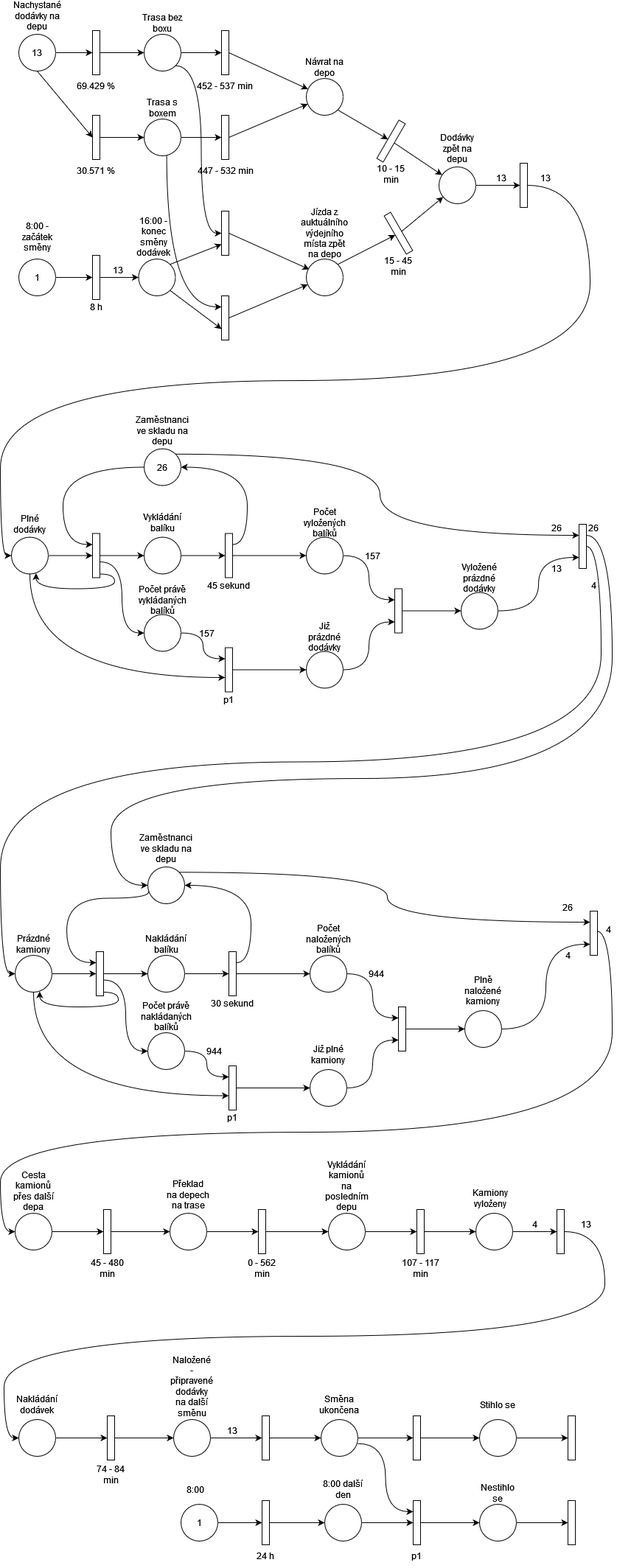
Above: docs/IMS - petriho site doc.drawio.png in F3lda/vut-fit-ims-project (draw.io), before the change. Source tidied: cells renumbered, new cells last; positions are measured from the earlier drawing's top-left corner, leaving out a move shared by most shapes.
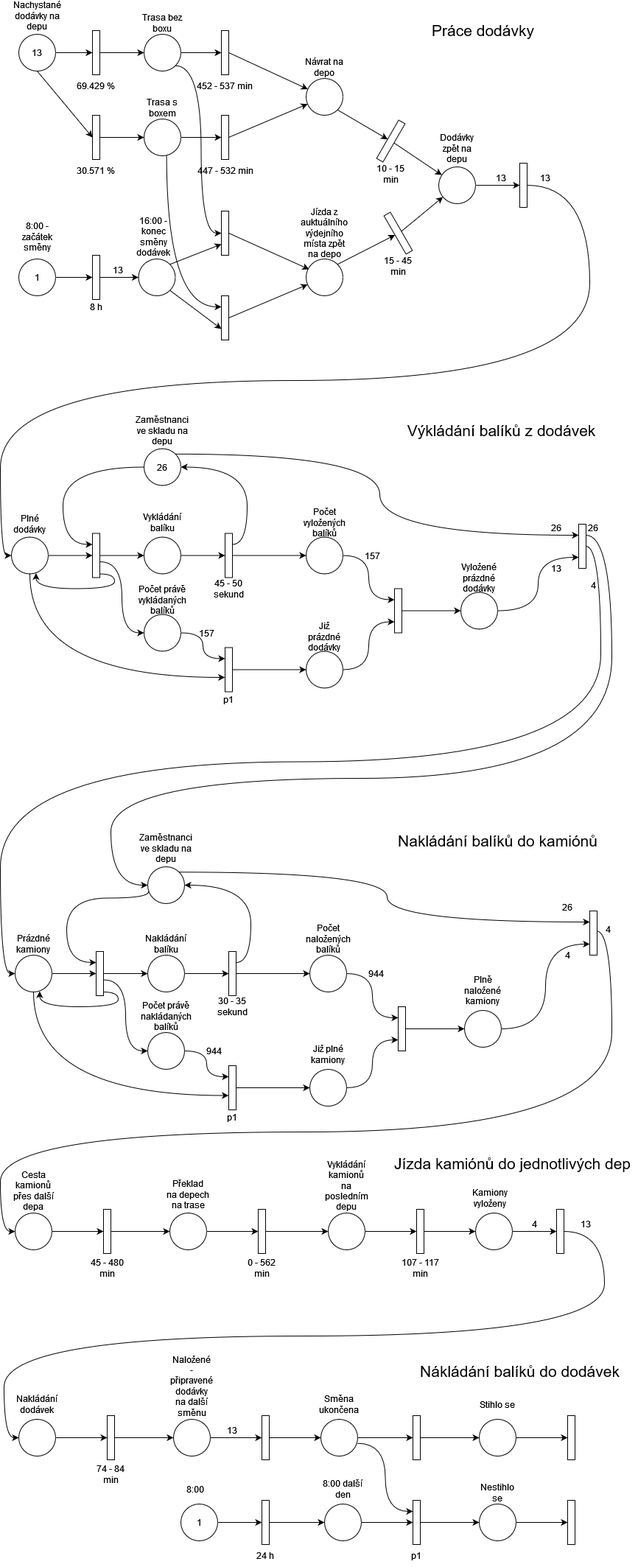
The same file after the commit.

What changed in the source:
```diff
@@ -259,8 +259,8 @@
     <mxCell id="85" value="Vyložené prázdné dodávky" style="text;html=1;strokeColor=none;fillColor=none;align=center;verticalAlign=middle;whiteSpace=wrap;rounded=0;" parent="1" vertex="1">
       <mxGeometry x="620" y="762.5" width="60" height="30" as="geometry" />
     </mxCell>
-    <mxCell id="86" value="45 sekund" style="text;html=1;strokeColor=none;fillColor=none;align=center;verticalAlign=middle;whiteSpace=wrap;rounded=0;" parent="1" vertex="1">
-      <mxGeometry x="280" y="772.5" width="60" height="30" as="geometry" />
+    <mxCell id="86" value="45 - 50 sekund" style="text;html=1;strokeColor=none;fillColor=none;align=center;verticalAlign=middle;whiteSpace=wrap;rounded=0;" parent="1" vertex="1">
+      <mxGeometry x="280" y="777.5" width="60" height="30" as="geometry" />
     </mxCell>
     <mxCell id="87" style="edgeStyle=orthogonalEdgeStyle;curved=1;rounded=0;jettySize=auto;html=1;exitX=1;exitY=0.5;exitDx=0;exitDy=0;entryX=0;entryY=0.75;entryDx=0;entryDy=0;" parent="1" edge="1" source="88" target="92">
       <mxGeometry relative="1" as="geometry" />
@@ -589,8 +589,8 @@
     <mxCell id="186" value="Plně naložené kamiony" style="text;html=1;strokeColor=none;fillColor=none;align=center;verticalAlign=middle;whiteSpace=wrap;rounded=0;" parent="1" vertex="1">
       <mxGeometry x="625" y="1322.5" width="60" height="30" as="geometry" />
     </mxCell>
-    <mxCell id="187" value="30 sekund" style="text;html=1;strokeColor=none;fillColor=none;align=center;verticalAlign=middle;whiteSpace=wrap;rounded=0;" parent="1" vertex="1">
-      <mxGeometry x="285" y="1340" width="60" height="30" as="geometry" />
+    <mxCell id="187" value="30 - 35 sekund" style="text;html=1;strokeColor=none;fillColor=none;align=center;verticalAlign=middle;whiteSpace=wrap;rounded=0;" parent="1" vertex="1">
+      <mxGeometry x="285" y="1345" width="60" height="30" as="geometry" />
     </mxCell>
     <mxCell id="188" style="edgeStyle=orthogonalEdgeStyle;curved=1;rounded=0;jettySize=auto;html=1;exitX=1;exitY=0.5;exitDx=0;exitDy=0;entryX=0;entryY=0.75;entryDx=0;entryDy=0;" parent="1" edge="1" source="189" target="191">
       <mxGeometry relative="1" as="geometry" />
@@ -668,5 +668,20 @@
     <mxCell id="210" value="8 h" style="text;html=1;strokeColor=none;fillColor=none;align=center;verticalAlign=middle;whiteSpace=wrap;rounded=0;" parent="1" vertex="1">
       <mxGeometry x="100" y="395" width="60" height="30" as="geometry" />
     </mxCell>
+    <mxCell id="211" value="Práce dodávky" style="text;html=1;align=center;verticalAlign=middle;fillColor=none;strokeColor=none;rounded=0;fontSize=21;" parent="1" vertex="1">
+      <mxGeometry x="580" y="20" width="150" height="30" as="geometry" />
+    </mxCell>
+    <mxCell id="212" value="Výkládání balíků z dodávek" style="text;html=1;align=center;verticalAlign=middle;fillColor=none;strokeColor=none;rounded=0;fontSize=21;" parent="1" vertex="1">
+      <mxGeometry x="545" y="562.5" width="270" height="30" as="geometry" />
+    </mxCell>
+    <mxCell id="213" value="Nakládání balíků do kamiónů" style="text;html=1;align=center;verticalAlign=middle;fillColor=none;strokeColor=none;rounded=0;fontSize=21;" parent="1" vertex="1">
+      <mxGeometry x="530" y="1120" width="290" height="30" as="geometry" />
+    </mxCell>
+    <mxCell id="214" value="Jízda kamiónů do jednotlivých dep" style="text;html=1;align=center;verticalAlign=middle;fillColor=none;strokeColor=none;rounded=0;fontSize=21;" parent="1" vertex="1">
+      <mxGeometry x="525" y="1557.5" width="340" height="30" as="geometry" />
+    </mxCell>
+    <mxCell id="215" value="Nákládání balíků do dodávek" style="text;html=1;align=center;verticalAlign=middle;fillColor=none;strokeColor=none;rounded=0;fontSize=21;" parent="1" vertex="1">
+      <mxGeometry x="560" y="1840" width="290" height="30" as="geometry" />
+    </mxCell>
   </root>
 </mxGraphModel>
```
